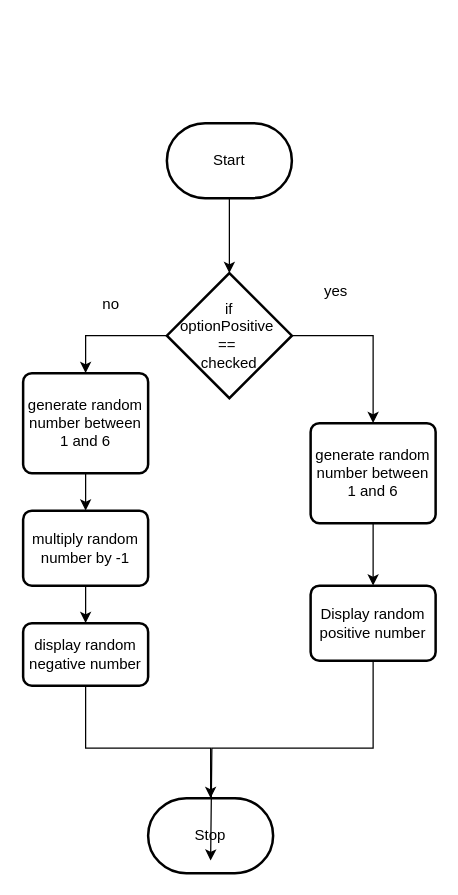
The draw.io diagram design/flowchart.drawio in MTHS-ICD2O-1-2024/ICD2O-Unit-5-02-Domenic-dangelo, before the edit. Source tidied: cells renumbered, new cells numbered last; positions are measured from the earlier drawing's top-left corner, leaving out a move shared by most shapes. Both pictures are drawn from the tidied source at 125%, with x=0, y=0 at pixel (22, 122).
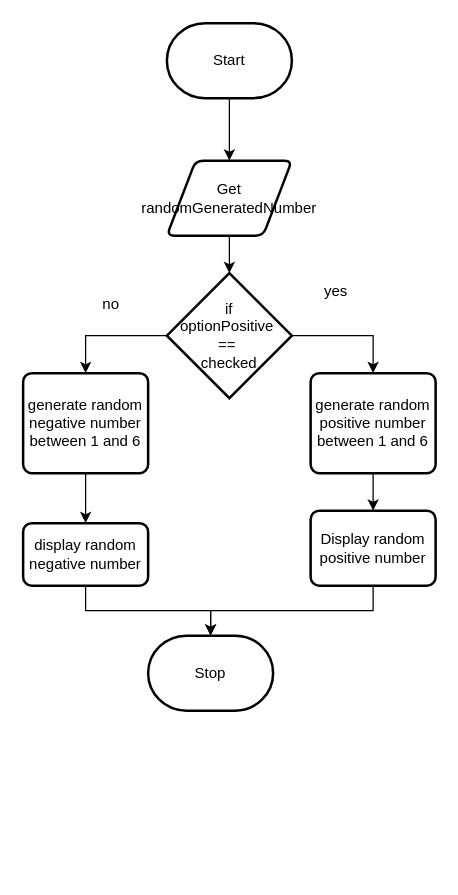
The same diagram, later.

The change refers to these unchanged cells:
```xml
<mxCell id="7" value="if&lt;div&gt;optionPositive&amp;nbsp;&lt;/div&gt;&lt;div&gt;==&amp;nbsp;&lt;/div&gt;&lt;div&gt;checked&lt;/div&gt;" style="strokeWidth=2;html=1;shape=mxgraph.flowchart.decision;whiteSpace=wrap;" parent="1" vertex="1">
  <mxGeometry x="115" y="120" width="100" height="100" as="geometry" />
</mxCell>
```

What changed in the source:
```diff
@@
-    <mxCell id="2" style="edgeStyle=none;html=1;entryX=0.5;entryY=0;entryDx=0;entryDy=0;entryPerimeter=0;" parent="1" edge="1" source="3" target="7">
-      <mxGeometry relative="1" as="geometry" />
-    </mxCell>
+    <mxCell id="20" style="edgeStyle=none;html=1;exitX=0.5;exitY=1;exitDx=0;exitDy=0;exitPerimeter=0;entryX=0.5;entryY=0;entryDx=0;entryDy=0;" parent="1" edge="1" source="3" target="21">
+      <mxGeometry relative="1" as="geometry" />
+    </mxCell>
     <mxCell id="3" value="Start" style="strokeWidth=2;html=1;shape=mxgraph.flowchart.terminator;whiteSpace=wrap;" parent="1" vertex="1">
-      <mxGeometry x="115" width="100" height="60" as="geometry" />
+      <mxGeometry x="115" y="-80" width="100" height="60" as="geometry" />
     </mxCell>
     <mxCell id="4" value="Stop" style="strokeWidth=2;html=1;shape=mxgraph.flowchart.terminator;whiteSpace=wrap;" parent="1" vertex="1">
-      <mxGeometry x="100" y="540" width="100" height="60" as="geometry" />
+      <mxGeometry x="100" y="410" width="100" height="60" as="geometry" />
     </mxCell>
@@
-    <mxCell id="11" value="generate random number between 1 and 6" style="rounded=1;whiteSpace=wrap;html=1;absoluteArcSize=1;arcSize=14;strokeWidth=2;" parent="1" vertex="1">
-      <mxGeometry x="230" y="240" width="100" height="80" as="geometry" />
+    <mxCell id="11" value="generate random positive number between 1 and 6" style="rounded=1;whiteSpace=wrap;html=1;absoluteArcSize=1;arcSize=14;strokeWidth=2;" parent="1" vertex="1">
+      <mxGeometry x="230" y="200" width="100" height="80" as="geometry" />
     </mxCell>
-    <mxCell id="12" style="edgeStyle=orthogonalEdgeStyle;shape=connector;curved=0;rounded=0;html=1;exitX=0.5;exitY=1;exitDx=0;exitDy=0;strokeColor=default;align=center;verticalAlign=middle;fontFamily=Helvetica;fontSize=11;fontColor=default;labelBackgroundColor=default;endArrow=classic;" parent="1" edge="1" source="13">
-      <mxGeometry relative="1" as="geometry">
-        <mxPoint x="150" y="590" as="targetPoint" />
-        <Array as="points">
-          <mxPoint x="280" y="500" />
-          <mxPoint x="151" y="500" />
-        </Array>
-      </mxGeometry>
-    </mxCell>
     <mxCell id="13" value="Display random positive number" style="rounded=1;whiteSpace=wrap;html=1;absoluteArcSize=1;arcSize=14;strokeWidth=2;" parent="1" vertex="1">
-      <mxGeometry x="230" y="370" width="100" height="60" as="geometry" />
+      <mxGeometry x="230" y="310" width="100" height="60" as="geometry" />
     </mxCell>
-    <mxCell id="14" style="edgeStyle=orthogonalEdgeStyle;shape=connector;curved=0;rounded=0;html=1;exitX=0.5;exitY=1;exitDx=0;exitDy=0;entryX=0.5;entryY=0;entryDx=0;entryDy=0;strokeColor=default;align=center;verticalAlign=middle;fontFamily=Helvetica;fontSize=11;fontColor=default;labelBackgroundColor=default;endArrow=classic;" parent="1" edge="1" source="15" target="18">
+    <mxCell id="14" style="edgeStyle=orthogonalEdgeStyle;shape=connector;curved=0;rounded=0;html=1;exitX=0.5;exitY=1;exitDx=0;exitDy=0;entryX=0.5;entryY=0;entryDx=0;entryDy=0;strokeColor=default;align=center;verticalAlign=middle;fontFamily=Helvetica;fontSize=11;fontColor=default;labelBackgroundColor=default;endArrow=classic;" parent="1" edge="1" source="15" target="16">
       <mxGeometry relative="1" as="geometry" />
     </mxCell>
-    <mxCell id="15" value="generate random number between 1 and 6" style="rounded=1;whiteSpace=wrap;html=1;absoluteArcSize=1;arcSize=14;strokeWidth=2;" parent="1" vertex="1">
+    <mxCell id="15" value="generate random negative number between 1 and 6" style="rounded=1;whiteSpace=wrap;html=1;absoluteArcSize=1;arcSize=14;strokeWidth=2;" parent="1" vertex="1">
       <mxGeometry y="200" width="100" height="80" as="geometry" />
     </mxCell>
     <mxCell id="16" value="display random negative number" style="rounded=1;whiteSpace=wrap;html=1;absoluteArcSize=1;arcSize=14;strokeWidth=2;" parent="1" vertex="1">
-      <mxGeometry y="400" width="100" height="50" as="geometry" />
+      <mxGeometry y="320" width="100" height="50" as="geometry" />
     </mxCell>
-    <mxCell id="17" style="edgeStyle=orthogonalEdgeStyle;shape=connector;curved=0;rounded=0;html=1;exitX=0.5;exitY=1;exitDx=0;exitDy=0;entryX=0.5;entryY=0;entryDx=0;entryDy=0;strokeColor=default;align=center;verticalAlign=middle;fontFamily=Helvetica;fontSize=11;fontColor=default;labelBackgroundColor=default;endArrow=classic;" parent="1" edge="1" source="18" target="16">
-      <mxGeometry relative="1" as="geometry" />
-    </mxCell>
-    <mxCell id="18" value="multiply random number by -1" style="rounded=1;whiteSpace=wrap;html=1;absoluteArcSize=1;arcSize=14;strokeWidth=2;" parent="1" vertex="1">
-      <mxGeometry y="310" width="100" height="60" as="geometry" />
-    </mxCell>
     <mxCell id="19" style="edgeStyle=orthogonalEdgeStyle;shape=connector;curved=0;rounded=0;html=1;exitX=0.5;exitY=1;exitDx=0;exitDy=0;entryX=0.5;entryY=0;entryDx=0;entryDy=0;entryPerimeter=0;strokeColor=default;align=center;verticalAlign=middle;fontFamily=Helvetica;fontSize=11;fontColor=default;labelBackgroundColor=default;endArrow=classic;" parent="1" edge="1" source="16" target="4">
       <mxGeometry relative="1" as="geometry">
         <Array as="points">
-          <mxPoint x="50" y="500" />
-          <mxPoint x="150" y="500" />
+          <mxPoint x="50" y="390" />
+          <mxPoint x="150" y="390" />
         </Array>
       </mxGeometry>
     </mxCell>
+    <mxCell id="12" style="edgeStyle=orthogonalEdgeStyle;html=1;exitX=0.5;exitY=1;exitDx=0;exitDy=0;entryX=0.5;entryY=0;entryDx=0;entryDy=0;entryPerimeter=0;rounded=0;" parent="1" edge="1" source="13" target="4">
+      <mxGeometry relative="1" as="geometry">
+        <Array as="points">
+          <mxPoint x="280" y="390" />
+          <mxPoint x="150" y="390" />
+        </Array>
+      </mxGeometry>
+    </mxCell>
+    <mxCell id="21" value="Get randomGeneratedNumber" style="shape=parallelogram;html=1;strokeWidth=2;perimeter=parallelogramPerimeter;whiteSpace=wrap;rounded=1;arcSize=12;size=0.23;" parent="1" vertex="1">
+      <mxGeometry x="115" y="30" width="100" height="60" as="geometry" />
+    </mxCell>
+    <mxCell id="22" style="edgeStyle=none;html=1;exitX=0.5;exitY=1;exitDx=0;exitDy=0;entryX=0.5;entryY=0;entryDx=0;entryDy=0;entryPerimeter=0;" parent="1" edge="1" source="21" target="7">
+      <mxGeometry relative="1" as="geometry" />
+    </mxCell>
```
